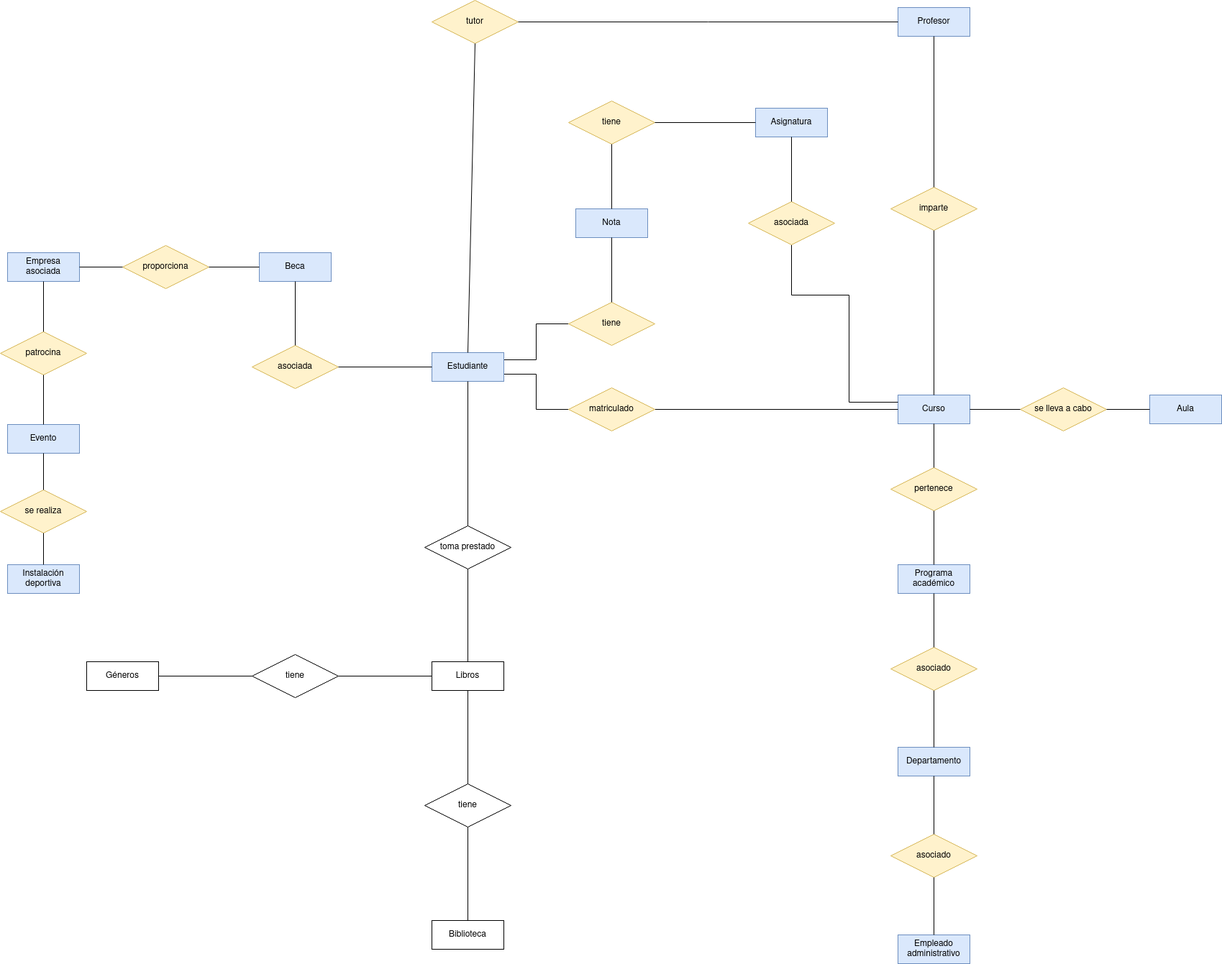
Before: modelo-er/Modelo ER.drawio.png, a diagram exported from draw.io (RafaelMayor/proyectoBBDD). Source tidied: cells renumbered, new cells last; positions are measured from the earlier drawing's top-left corner, leaving out a move shared by most shapes.
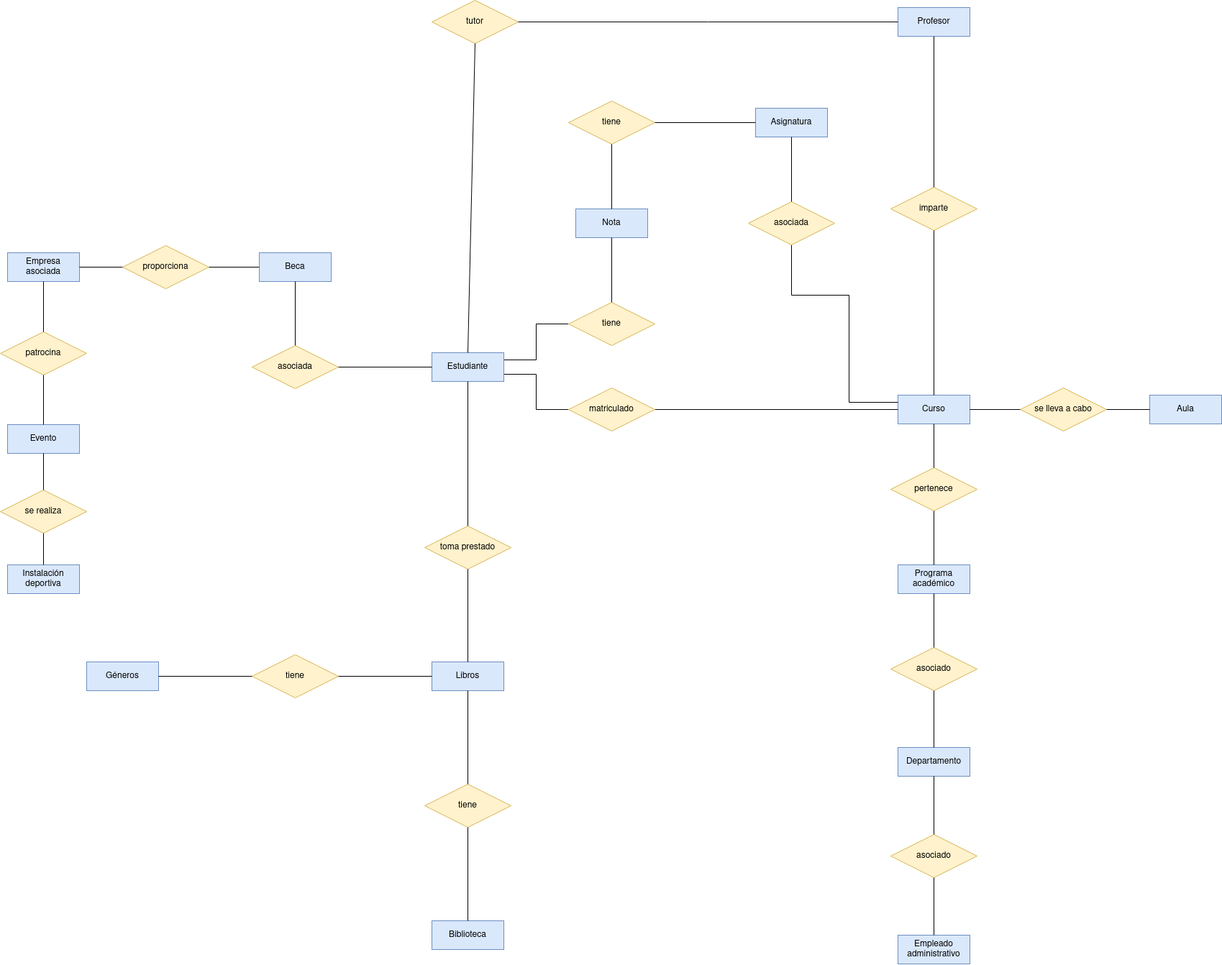
The same file after the commit.

Change to the diagram source:
```diff
@@ -38,7 +38,7 @@
     <mxCell id="13" value="Beca" style="whiteSpace=wrap;html=1;align=center;fillColor=#dae8fc;strokeColor=#6c8ebf;" parent="1" vertex="1">
       <mxGeometry x="360" y="351" width="100" height="40" as="geometry" />
     </mxCell>
-    <mxCell id="14" value="Biblioteca" style="whiteSpace=wrap;html=1;align=center;" parent="1" vertex="1">
+    <mxCell id="14" value="Biblioteca" style="whiteSpace=wrap;html=1;align=center;fillColor=#dae8fc;strokeColor=#6c8ebf;" parent="1" vertex="1">
       <mxGeometry x="600" y="1280" width="100" height="40" as="geometry" />
     </mxCell>
     <mxCell id="15" value="Instalación deportiva" style="whiteSpace=wrap;html=1;align=center;fillColor=#dae8fc;strokeColor=#6c8ebf;" parent="1" vertex="1">
@@ -89,16 +89,16 @@
     <mxCell id="28" value="asociada" style="shape=rhombus;perimeter=rhombusPerimeter;whiteSpace=wrap;html=1;align=center;fillColor=#fff2cc;strokeColor=#d6b656;" parent="1" vertex="1">
       <mxGeometry x="350" y="480" width="120" height="60" as="geometry" />
     </mxCell>
-    <mxCell id="29" value="Libros" style="whiteSpace=wrap;html=1;align=center;" parent="1" vertex="1">
+    <mxCell id="29" value="Libros" style="whiteSpace=wrap;html=1;align=center;fillColor=#dae8fc;strokeColor=#6c8ebf;" parent="1" vertex="1">
       <mxGeometry x="600" y="920" width="100" height="40" as="geometry" />
     </mxCell>
-    <mxCell id="30" value="tiene" style="shape=rhombus;perimeter=rhombusPerimeter;whiteSpace=wrap;html=1;align=center;" parent="1" vertex="1">
+    <mxCell id="30" value="tiene" style="shape=rhombus;perimeter=rhombusPerimeter;whiteSpace=wrap;html=1;align=center;fillColor=#fff2cc;strokeColor=#d6b656;" parent="1" vertex="1">
       <mxGeometry x="590" y="1090" width="120" height="60" as="geometry" />
     </mxCell>
-    <mxCell id="31" value="tiene" style="shape=rhombus;perimeter=rhombusPerimeter;whiteSpace=wrap;html=1;align=center;" parent="1" vertex="1">
+    <mxCell id="31" value="tiene" style="shape=rhombus;perimeter=rhombusPerimeter;whiteSpace=wrap;html=1;align=center;fillColor=#fff2cc;strokeColor=#d6b656;" parent="1" vertex="1">
       <mxGeometry x="350" y="910" width="120" height="60" as="geometry" />
     </mxCell>
-    <mxCell id="32" value="Géneros" style="whiteSpace=wrap;html=1;align=center;" parent="1" vertex="1">
+    <mxCell id="32" value="Géneros" style="whiteSpace=wrap;html=1;align=center;fillColor=#dae8fc;strokeColor=#6c8ebf;" parent="1" vertex="1">
       <mxGeometry x="120" y="920" width="100" height="40" as="geometry" />
     </mxCell>
     <mxCell id="33" value="asociado" style="shape=rhombus;perimeter=rhombusPerimeter;whiteSpace=wrap;html=1;align=center;fillColor=#fff2cc;strokeColor=#d6b656;" parent="1" vertex="1">
@@ -110,7 +110,7 @@
     <mxCell id="35" value="tutor" style="shape=rhombus;perimeter=rhombusPerimeter;whiteSpace=wrap;html=1;align=center;fillColor=#fff2cc;strokeColor=#d6b656;" parent="1" vertex="1">
       <mxGeometry x="600" width="120" height="60" as="geometry" />
     </mxCell>
-    <mxCell id="36" value="toma prestado" style="shape=rhombus;perimeter=rhombusPerimeter;whiteSpace=wrap;html=1;align=center;" parent="1" vertex="1">
+    <mxCell id="36" value="toma prestado" style="shape=rhombus;perimeter=rhombusPerimeter;whiteSpace=wrap;html=1;align=center;fillColor=#fff2cc;strokeColor=#d6b656;" parent="1" vertex="1">
       <mxGeometry x="590" y="731" width="120" height="60" as="geometry" />
     </mxCell>
     <mxCell id="37" value="tiene" style="shape=rhombus;perimeter=rhombusPerimeter;whiteSpace=wrap;html=1;align=center;fillColor=#fff2cc;strokeColor=#d6b656;" parent="1" vertex="1">
```
